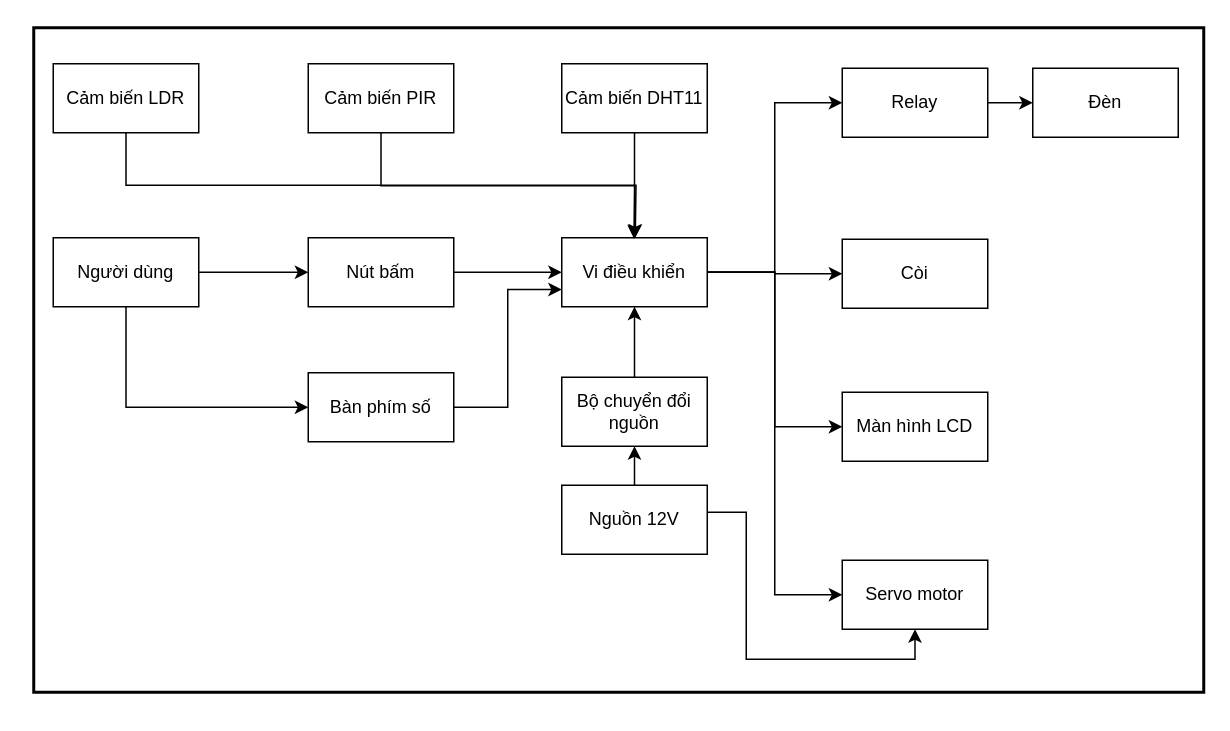
This is page "Page-1" (1 of 2) of Untitled Diagram.drawio from nghiafl1/spring-boot-learning, a draw.io file, before an edit. Source tidied: cells renumbered, new cells numbered last; positions are measured from the earlier drawing's top-left corner, leaving out a move shared by most shapes. Both pictures are drawn from the tidied source at 150%, with x=0, y=0 at pixel (33, 27).
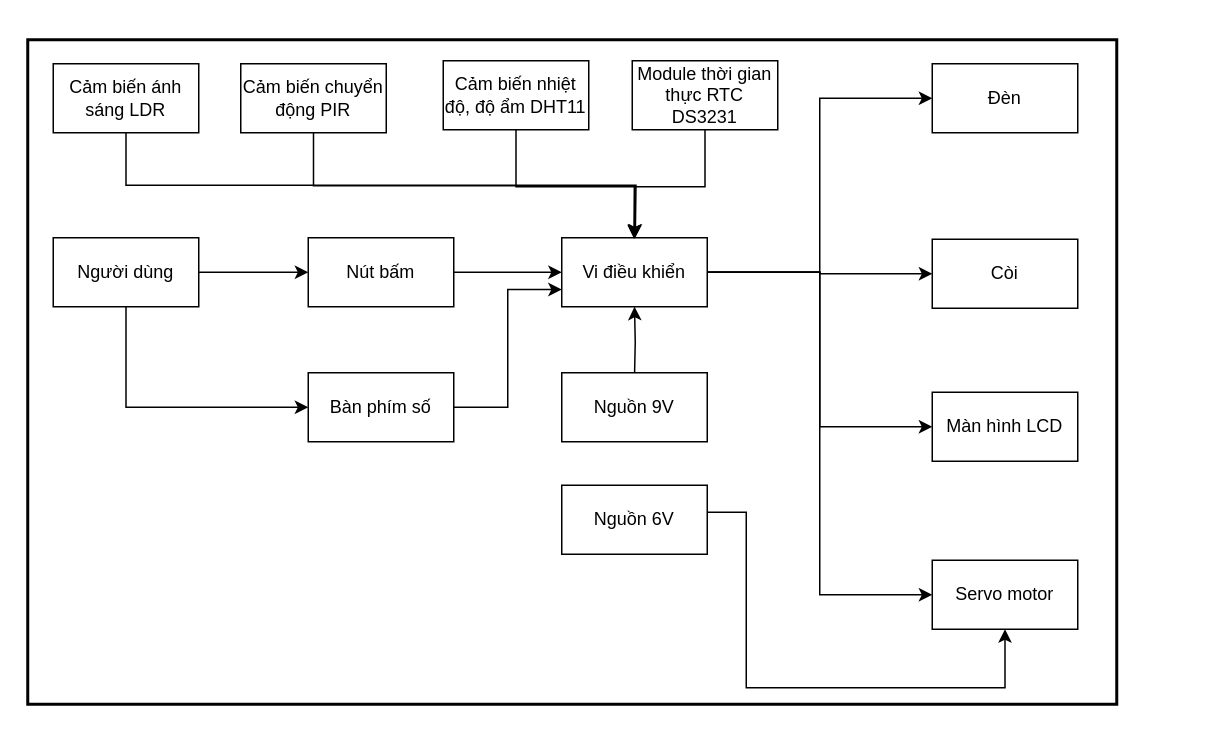
The same diagram, later.

The change refers to these unchanged cells:
```xml
<mxCell id="12" value="&lt;div&gt;Vi điều khiển&lt;/div&gt;" style="rounded=0;whiteSpace=wrap;html=1;" parent="1" vertex="1">
  <mxGeometry x="352" y="140" width="97" height="46" as="geometry" />
</mxCell>
```

Diff of the diagram source:
```diff
@@
     <mxCell id="2" style="rounded=0;whiteSpace=wrap;html=1;rotation=0;strokeColor=default;strokeWidth=2;" parent="1" vertex="1">
-      <mxGeometry width="780" height="443" as="geometry" />
+      <mxGeometry x="-4" y="8" width="726" height="443" as="geometry" />
     </mxCell>
@@
-    <mxCell id="8" style="edgeStyle=orthogonalEdgeStyle;rounded=0;jettySize=auto;html=1;exitX=1;exitY=0.5;exitDx=0;exitDy=0;entryX=0;entryY=0.5;entryDx=0;entryDy=0;" parent="1" edge="1" source="12" target="14">
+    <mxCell id="8" style="edgeStyle=orthogonalEdgeStyle;rounded=0;jettySize=auto;html=1;exitX=1;exitY=0.5;exitDx=0;exitDy=0;entryX=0;entryY=0.5;entryDx=0;entryDy=0;" parent="1" edge="1" source="12" target="29">
       <mxGeometry relative="1" as="geometry" />
     </mxCell>
@@
-    <mxCell id="13" style="edgeStyle=orthogonalEdgeStyle;rounded=0;jettySize=auto;html=1;entryX=0;entryY=0.5;entryDx=0;entryDy=0;" parent="1" edge="1" source="14" target="29">
-      <mxGeometry relative="1" as="geometry" />
-    </mxCell>
-    <mxCell id="14" value="Relay" style="rounded=0;whiteSpace=wrap;html=1;" parent="1" vertex="1">
-      <mxGeometry x="539" y="27" width="97" height="46" as="geometry" />
-    </mxCell>
     <mxCell id="15" value="&lt;div&gt;Còi&lt;/div&gt;" style="rounded=0;whiteSpace=wrap;html=1;" parent="1" vertex="1">
-      <mxGeometry x="539" y="141" width="97" height="46" as="geometry" />
+      <mxGeometry x="599" y="141" width="97" height="46" as="geometry" />
     </mxCell>
     <mxCell id="16" value="&lt;div&gt;Màn hình LCD&lt;/div&gt;" style="rounded=0;whiteSpace=wrap;html=1;" parent="1" vertex="1">
-      <mxGeometry x="539" y="243" width="97" height="46" as="geometry" />
+      <mxGeometry x="599" y="243" width="97" height="46" as="geometry" />
     </mxCell>
     <mxCell id="17" value="&lt;div&gt;Servo motor&lt;/div&gt;" style="rounded=0;whiteSpace=wrap;html=1;" parent="1" vertex="1">
-      <mxGeometry x="539" y="355" width="97" height="46" as="geometry" />
+      <mxGeometry x="599" y="355" width="97" height="46" as="geometry" />
     </mxCell>
@@
-    <mxCell id="19" value="Cảm biến LDR" style="rounded=0;whiteSpace=wrap;html=1;" parent="1" vertex="1">
+    <mxCell id="19" value="Cảm biến ánh sáng LDR" style="rounded=0;whiteSpace=wrap;html=1;" parent="1" vertex="1">
       <mxGeometry x="13" y="24" width="97" height="46" as="geometry" />
     </mxCell>
@@
-    <mxCell id="21" value="Cảm biến PIR" style="rounded=0;whiteSpace=wrap;html=1;" parent="1" vertex="1">
-      <mxGeometry x="183" y="24" width="97" height="46" as="geometry" />
+    <mxCell id="21" value="Cảm biến chuyển động PIR" style="rounded=0;whiteSpace=wrap;html=1;" parent="1" vertex="1">
+      <mxGeometry x="138" y="24" width="97" height="46" as="geometry" />
     </mxCell>
-    <mxCell id="22" style="edgeStyle=orthogonalEdgeStyle;rounded=0;jettySize=auto;html=1;exitX=0.5;exitY=1;exitDx=0;exitDy=0;entryX=0.5;entryY=0;entryDx=0;entryDy=0;" parent="1" edge="1" source="23" target="12">
+    <mxCell id="22" style="edgeStyle=orthogonalEdgeStyle;rounded=0;jettySize=auto;html=1;entryX=0.5;entryY=0;entryDx=0;entryDy=0;exitX=0.5;exitY=1;exitDx=0;exitDy=0;" parent="1" edge="1" source="23" target="12">
       <mxGeometry relative="1" as="geometry">
         <Array as="points">
-          <mxPoint x="401" y="116" />
-          <mxPoint x="401" y="116" />
+          <mxPoint x="322" y="106" />
+          <mxPoint x="401" y="106" />
         </Array>
       </mxGeometry>
     </mxCell>
-    <mxCell id="23" value="Cảm biến DHT11" style="rounded=0;whiteSpace=wrap;html=1;" parent="1" vertex="1">
-      <mxGeometry x="352" y="24" width="97" height="46" as="geometry" />
+    <mxCell id="23" value="Cảm biến nhiệt độ, độ ẩm DHT11" style="rounded=0;whiteSpace=wrap;html=1;" parent="1" vertex="1">
+      <mxGeometry x="273" y="22" width="97" height="46" as="geometry" />
     </mxCell>
     <mxCell id="24" style="edgeStyle=orthogonalEdgeStyle;rounded=0;jettySize=auto;html=1;exitX=1;exitY=0.5;exitDx=0;exitDy=0;entryX=0.5;entryY=1;entryDx=0;entryDy=0;" parent="1" edge="1" source="26" target="17">
       <mxGeometry relative="1" as="geometry">
         <Array as="points">
+          <mxPoint x="449" y="323" />
           <mxPoint x="475" y="323" />
-          <mxPoint x="475" y="421" />
-          <mxPoint x="588" y="421" />
+          <mxPoint x="475" y="440" />
+          <mxPoint x="648" y="440" />
         </Array>
       </mxGeometry>
     </mxCell>
-    <mxCell id="25" style="edgeStyle=orthogonalEdgeStyle;rounded=0;jettySize=auto;html=1;exitX=0.5;exitY=0;exitDx=0;exitDy=0;entryX=0.5;entryY=1;entryDx=0;entryDy=0;" parent="1" edge="1" source="26" target="28">
-      <mxGeometry relative="1" as="geometry" />
-    </mxCell>
-    <mxCell id="26" value="Nguồn 12V" style="rounded=0;whiteSpace=wrap;html=1;" parent="1" vertex="1">
+    <mxCell id="26" value="Nguồn 6V" style="rounded=0;whiteSpace=wrap;html=1;" parent="1" vertex="1">
       <mxGeometry x="352" y="305" width="97" height="46" as="geometry" />
     </mxCell>
-    <mxCell id="27" style="edgeStyle=orthogonalEdgeStyle;rounded=0;jettySize=auto;html=1;exitX=0.5;exitY=0;exitDx=0;exitDy=0;" parent="1" edge="1" source="28" target="12">
-      <mxGeometry relative="1" as="geometry" />
+    <mxCell id="27" style="edgeStyle=orthogonalEdgeStyle;rounded=0;jettySize=auto;html=1;exitX=0.5;exitY=0;exitDx=0;exitDy=0;" parent="1" edge="1" target="12">
+      <mxGeometry relative="1" as="geometry">
+        <mxPoint x="400.5" y="233" as="sourcePoint" />
+      </mxGeometry>
     </mxCell>
-    <mxCell id="28" value="Bộ chuyển đổi nguồn" style="rounded=0;whiteSpace=wrap;html=1;" parent="1" vertex="1">
-      <mxGeometry x="352" y="233" width="97" height="46" as="geometry" />
-    </mxCell>
     <mxCell id="29" value="Đèn" style="rounded=0;whiteSpace=wrap;html=1;" parent="1" vertex="1">
-      <mxGeometry x="666" y="27" width="97" height="46" as="geometry" />
+      <mxGeometry x="599" y="24" width="97" height="46" as="geometry" />
     </mxCell>
@@
+    <mxCell id="32" value="Nguồn 9V" style="rounded=0;whiteSpace=wrap;html=1;" parent="1" vertex="1">
+      <mxGeometry x="352" y="230" width="97" height="46" as="geometry" />
+    </mxCell>
+    <mxCell id="33" style="edgeStyle=orthogonalEdgeStyle;rounded=0;jettySize=auto;html=1;exitX=0.5;exitY=1;exitDx=0;exitDy=0;entryX=0.5;entryY=0;entryDx=0;entryDy=0;" parent="1" edge="1" source="34" target="12">
+      <mxGeometry relative="1" as="geometry">
+        <Array as="points">
+          <mxPoint x="448" y="106" />
+          <mxPoint x="401" y="106" />
+        </Array>
+      </mxGeometry>
+    </mxCell>
+    <mxCell id="34" value="Module thời gian thực RTC DS3231" style="rounded=0;whiteSpace=wrap;html=1;" parent="1" vertex="1">
+      <mxGeometry x="399" y="22" width="97" height="46" as="geometry" />
+    </mxCell>
```
